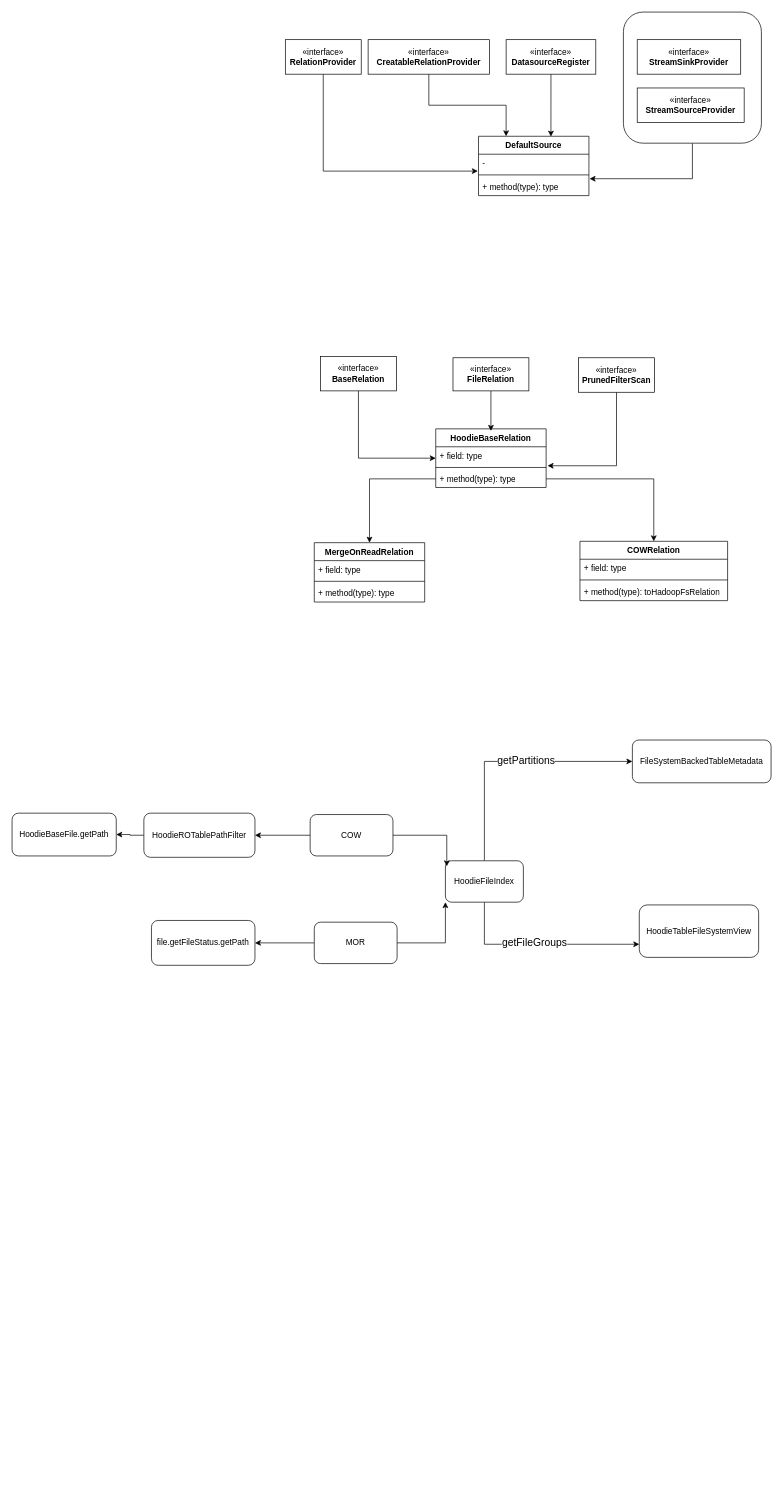
boneanxs/drawIo keeps this draw.io diagram as HUDI arch.drawio. Above is the earlier version. Source tidied: cells renumbered, new cells numbered last; positions are measured from the earlier drawing's top-left corner, leaving out a move shared by most shapes. Both pictures are drawn from the tidied source at 69%, with x=0, y=0 at pixel (12, 12).
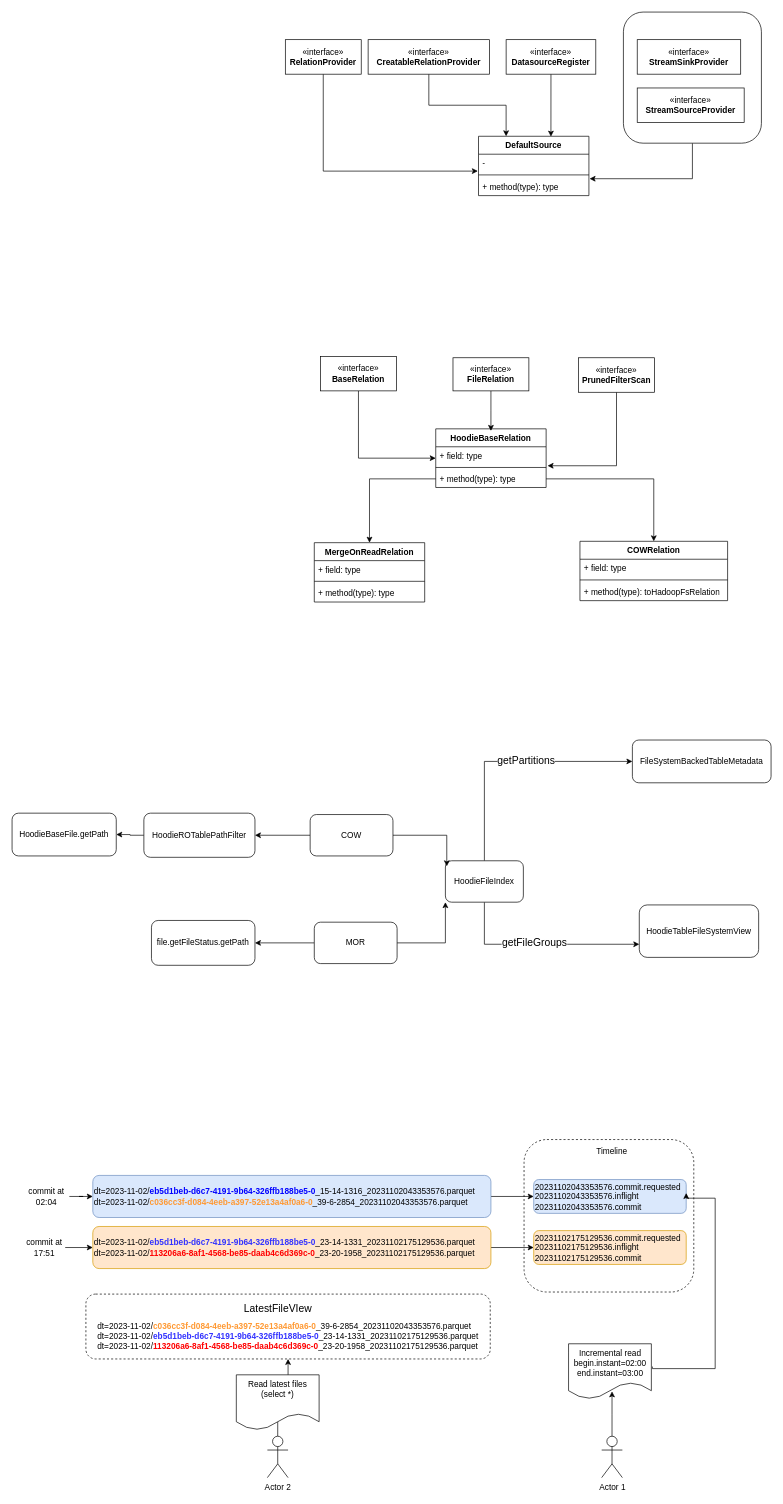
After the change.

Diff of the diagram source:
```diff
@@
+    <mxCell id="53" style="rounded=1;whiteSpace=wrap;html=1;dashed=1;" parent="1" vertex="1">
+      <mxGeometry x="742" y="1634" width="246" height="221" as="geometry" />
+    </mxCell>
@@
+    <mxCell id="54" style="edgeStyle=orthogonalEdgeStyle;rounded=0;jettySize=auto;html=1;" parent="1" edge="1" source="55" target="58">
+      <mxGeometry relative="1" as="geometry" />
+    </mxCell>
+    <mxCell id="55" value="dt=2023-11-02/&lt;font color=&quot;#0000ff&quot;&gt;&lt;b&gt;eb5d1beb-d6c7-4191-9b64-326ffb188be5-0&lt;/b&gt;&lt;/font&gt;_15-14-1316_20231102043353576.parquet&lt;br&gt;dt=2023-11-02/&lt;b&gt;&lt;font color=&quot;#ff9933&quot;&gt;c036cc3f-d084-4eeb-a397-52e13a4af0a6-0&lt;/font&gt;&lt;/b&gt;_39-6-2854_20231102043353576.parquet" style="rounded=1;whiteSpace=wrap;html=1;align=left;fillColor=#dae8fc;strokeColor=#6c8ebf;" parent="1" vertex="1">
+      <mxGeometry x="117" y="1686" width="577" height="61" as="geometry" />
+    </mxCell>
+    <mxCell id="56" style="edgeStyle=orthogonalEdgeStyle;rounded=0;jettySize=auto;html=1;" parent="1" edge="1" source="57" target="59">
+      <mxGeometry relative="1" as="geometry" />
+    </mxCell>
+    <mxCell id="57" value="dt=2023-11-02/&lt;b&gt;&lt;font color=&quot;#3333ff&quot;&gt;eb5d1beb-d6c7-4191-9b64-326ffb188be5-0&lt;/font&gt;&lt;/b&gt;_23-14-1331_20231102175129536.parquet&lt;br&gt;dt=2023-11-02/&lt;b&gt;&lt;font color=&quot;#ff0000&quot;&gt;113206a6-8af1-4568-be85-daab4c6d369c-0&lt;/font&gt;&lt;/b&gt;_23-20-1958_20231102175129536.parquet" style="rounded=1;whiteSpace=wrap;html=1;align=left;fillColor=#ffe6cc;strokeColor=#d79b00;" parent="1" vertex="1">
+      <mxGeometry x="117" y="1760" width="577" height="61" as="geometry" />
+    </mxCell>
+    <mxCell id="58" value="20231102043353576.commit.requested&lt;br&gt;20231102043353576.inflight&lt;br&gt;20231102043353576.commit" style="rounded=1;whiteSpace=wrap;html=1;align=left;fillColor=#dae8fc;strokeColor=#6c8ebf;" parent="1" vertex="1">
+      <mxGeometry x="756" y="1692" width="221" height="49" as="geometry" />
+    </mxCell>
+    <mxCell id="59" value="20231102175129536.commit.requested&lt;br&gt;20231102175129536.inflight&lt;br&gt;20231102175129536.commit" style="rounded=1;whiteSpace=wrap;html=1;align=left;fillColor=#ffe6cc;strokeColor=#d79b00;" parent="1" vertex="1">
+      <mxGeometry x="756" y="1766" width="221" height="49" as="geometry" />
+    </mxCell>
+    <mxCell id="60" value="Timeline" style="text;html=1;strokeColor=none;fillColor=none;align=center;verticalAlign=middle;whiteSpace=wrap;rounded=0;" parent="1" vertex="1">
+      <mxGeometry x="821" y="1637" width="97" height="30" as="geometry" />
+    </mxCell>
+    <mxCell id="61" style="edgeStyle=orthogonalEdgeStyle;rounded=0;jettySize=auto;html=1;exitX=1;exitY=0.5;exitDx=0;exitDy=0;entryX=0;entryY=0.5;entryDx=0;entryDy=0;" parent="1" edge="1" source="62" target="57">
+      <mxGeometry relative="1" as="geometry" />
+    </mxCell>
+    <mxCell id="62" value="commit at 17:51" style="text;html=1;strokeColor=none;fillColor=none;align=center;verticalAlign=middle;whiteSpace=wrap;rounded=0;" parent="1" vertex="1">
+      <mxGeometry x="17" y="1775.5" width="60" height="30" as="geometry" />
+    </mxCell>
+    <mxCell id="63" style="edgeStyle=orthogonalEdgeStyle;rounded=0;jettySize=auto;html=1;" parent="1" edge="1" source="64" target="55">
+      <mxGeometry relative="1" as="geometry" />
+    </mxCell>
+    <mxCell id="64" value="commit at 02:04" style="text;html=1;strokeColor=none;fillColor=none;align=center;verticalAlign=middle;whiteSpace=wrap;rounded=0;" parent="1" vertex="1">
+      <mxGeometry x="17" y="1701.5" width="66" height="30" as="geometry" />
+    </mxCell>
+    <mxCell id="65" style="edgeStyle=orthogonalEdgeStyle;rounded=0;jettySize=auto;html=1;" parent="1" edge="1" source="66">
+      <mxGeometry relative="1" as="geometry">
+        <mxPoint x="869.5" y="1999" as="targetPoint" />
+      </mxGeometry>
+    </mxCell>
+    <mxCell id="66" value="Actor 1" style="shape=umlActor;verticalLabelPosition=bottom;verticalAlign=top;html=1;" parent="1" vertex="1">
+      <mxGeometry x="854.5" y="2064" width="30" height="60" as="geometry" />
+    </mxCell>
+    <mxCell id="67" style="edgeStyle=orthogonalEdgeStyle;rounded=0;orthogonalLoop=1;jettySize=auto;html=1;entryX=1;entryY=0.5;entryDx=0;entryDy=0;" parent="1" edge="1">
+      <mxGeometry relative="1" as="geometry">
+        <mxPoint x="928" y="1963" as="sourcePoint" />
+        <mxPoint x="977" y="1711.5" as="targetPoint" />
+        <Array as="points">
+          <mxPoint x="928" y="1966" />
+          <mxPoint x="1019" y="1966" />
+          <mxPoint x="1019" y="1719" />
+          <mxPoint x="977" y="1719" />
+        </Array>
+      </mxGeometry>
+    </mxCell>
+    <mxCell id="68" value="Incremental read&lt;br&gt;begin.instant=02:00&lt;br&gt;end.instant=03:00" style="shape=document;whiteSpace=wrap;html=1;boundedLbl=1;verticalAlign=top;" parent="1" vertex="1">
+      <mxGeometry x="806.5" y="1930" width="120" height="80" as="geometry" />
+    </mxCell>
+    <mxCell id="69" style="edgeStyle=orthogonalEdgeStyle;rounded=0;jettySize=auto;html=1;" parent="1" edge="1" source="70" target="72">
+      <mxGeometry relative="1" as="geometry" />
+    </mxCell>
+    <mxCell id="70" value="Actor 2" style="shape=umlActor;verticalLabelPosition=bottom;verticalAlign=top;html=1;" parent="1" vertex="1">
+      <mxGeometry x="370" y="2064" width="30" height="60" as="geometry" />
+    </mxCell>
+    <mxCell id="71" value="Read latest files&lt;br&gt;(select *)" style="shape=document;whiteSpace=wrap;html=1;boundedLbl=1;verticalAlign=top;" parent="1" vertex="1">
+      <mxGeometry x="325" y="1975" width="120" height="80" as="geometry" />
+    </mxCell>
+    <mxCell id="72" value="&lt;div style=&quot;text-align: left;&quot;&gt;&lt;span style=&quot;background-color: initial;&quot;&gt;&lt;br&gt;&lt;/span&gt;&lt;/div&gt;&lt;div style=&quot;text-align: left;&quot;&gt;&lt;span style=&quot;background-color: initial;&quot;&gt;&lt;br&gt;&lt;/span&gt;&lt;/div&gt;&lt;div style=&quot;text-align: left;&quot;&gt;&lt;br&gt;&lt;/div&gt;&lt;div style=&quot;text-align: left;&quot;&gt;&lt;span style=&quot;background-color: initial;&quot;&gt;dt=2023-11-02/&lt;/span&gt;&lt;b style=&quot;background-color: initial; border-color: var(--border-color);&quot;&gt;&lt;font style=&quot;border-color: var(--border-color);&quot; color=&quot;#ff9933&quot;&gt;c036cc3f-d084-4eeb-a397-52e13a4af0a6-0&lt;/font&gt;&lt;/b&gt;&lt;span style=&quot;background-color: initial;&quot;&gt;_39-6-2854_20231102043353576.parquet&lt;/span&gt;&lt;/div&gt;&lt;div style=&quot;text-align: left;&quot;&gt;&lt;span style=&quot;background-color: initial;&quot;&gt;dt=2023-11-02/&lt;/span&gt;&lt;b style=&quot;background-color: initial; border-color: var(--border-color);&quot;&gt;&lt;font style=&quot;border-color: var(--border-color);&quot; color=&quot;#3333ff&quot;&gt;eb5d1beb-d6c7-4191-9b64-326ffb188be5-0&lt;/font&gt;&lt;/b&gt;&lt;span style=&quot;background-color: initial;&quot;&gt;_23-14-1331_20231102175129536.parquet&lt;/span&gt;&lt;/div&gt;&lt;span style=&quot;&quot;&gt;&lt;div style=&quot;text-align: left;&quot;&gt;&lt;span style=&quot;background-color: initial;&quot;&gt;dt=2023-11-02/&lt;/span&gt;&lt;b style=&quot;background-color: initial; border-color: var(--border-color);&quot;&gt;&lt;font style=&quot;border-color: var(--border-color);&quot; color=&quot;#ff0000&quot;&gt;113206a6-8af1-4568-be85-daab4c6d369c-0&lt;/font&gt;&lt;/b&gt;&lt;span style=&quot;background-color: initial;&quot;&gt;_23-20-1958_20231102175129536.parquet&lt;/span&gt;&lt;/div&gt;&lt;/span&gt;&lt;span style=&quot;text-align: left;&quot;&gt;&lt;br&gt;&lt;/span&gt;" style="rounded=1;whiteSpace=wrap;html=1;dashed=1;" parent="1" vertex="1">
+      <mxGeometry x="107" y="1858" width="586" height="94" as="geometry" />
+    </mxCell>
+    <mxCell id="73" value="&lt;font style=&quot;font-size: 15px;&quot;&gt;LatestFileVIew&lt;/font&gt;" style="text;html=1;strokeColor=none;fillColor=none;align=center;verticalAlign=middle;whiteSpace=wrap;rounded=0;" parent="1" vertex="1">
+      <mxGeometry x="333.5" y="1863" width="103" height="30" as="geometry" />
+    </mxCell>
```
